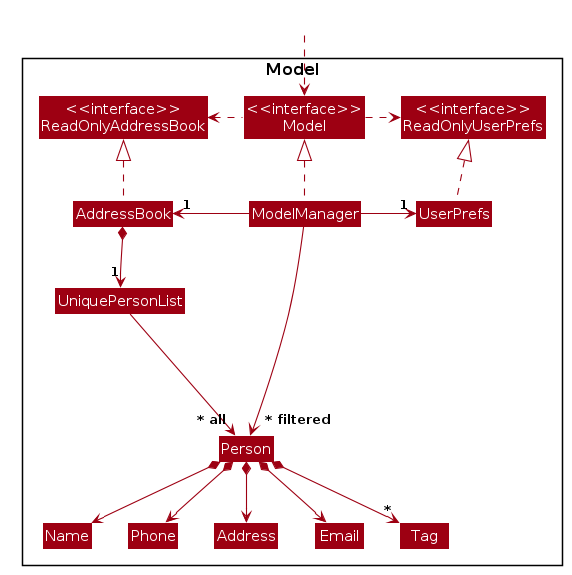
Earlier version of the PlantUML export docs/diagrams/ModelClassDiagram.png (yuxunn/tp).
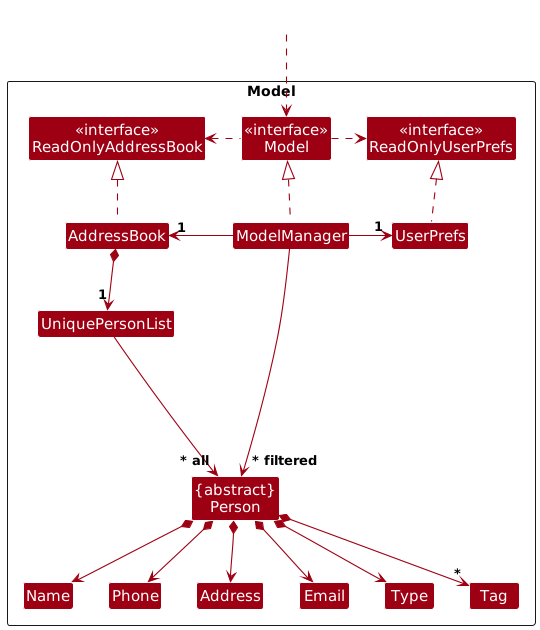
After the commit.

Commit message:
Update Model component

Change to the diagram source:
```diff
@@ -1,59 +1,8 @@
 @startuml
-
-
-
-
-
-
-
-
-skinparam Package {
-    BackgroundColor #FFFFFF
-    BorderThickness 1
-    FontSize 16
-}
-
-skinparam Class {
-    FontColor #FFFFFF
-    FontSize 15
-    BorderThickness 1
-    BorderColor #FFFFFF
-    StereotypeFontColor #FFFFFF
-    FontName Arial
-}
-
-skinparam Actor {
-    BorderColor #000000
-    Color #000000
-    FontName Arial
-}
-
-skinparam Sequence {
-    MessageAlign center
-    BoxFontSize 15
-    BoxPadding 0
-    BoxFontColor #FFFFFF
-    FontName Arial
-}
-
-skinparam Participant {
-    FontColor #FFFFFFF
-    Padding 20
-}
-
-skinparam ArrowFontStyle bold
-skinparam MinClassWidth 50
-skinparam ParticipantPadding 10
-skinparam Shadowing false
-skinparam DefaultTextAlignment center
-skinparam packageStyle Rectangle
-
-hide footbox
-hide members
-hide circle
+!include style.puml
 skinparam arrowThickness 1.1
-skinparam arrowColor #9D0012
-skinparam classBackgroundColor #9D0012
+skinparam arrowColor MODEL_COLOR
+skinparam classBackgroundColor MODEL_COLOR
 
 Package Model as ModelPackage <<Rectangle>>{
 Class "<<interface>>\nReadOnlyAddressBook" as ReadOnlyAddressBook
@@ -64,9 +13,11 @@
 Class UserPrefs
 
 Class UniquePersonList
-Class Person
+
+Class "{abstract}\nPerson" as Person
 Class Address
 Class Email
+Class Type
 Class Name
 Class Phone
 Class Tag
@@ -87,10 +38,11 @@
 UserPrefs .up.|> ReadOnlyUserPrefs
 
 AddressBook *--> "1" UniquePersonList
-UniquePersonList --> "~* all" Person
+UniquePersonList --> "~* all" Person : "           "
 Person *--> Name
 Person *--> Phone
 Person *--> Email
+Person *--> Type
 Person *--> Address
 Person *--> "*" Tag
 
```
